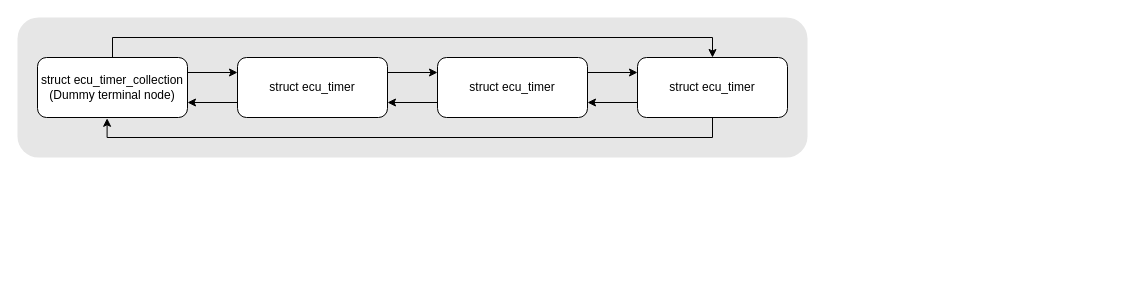
Above: page "Timer-structure" (1 of 2) of doc/images/timer.drawio in ress059/ecu (draw.io), before the change. Source tidied: cells renumbered, new cells numbered last; positions are measured from the earlier drawing's top-left corner, leaving out a move shared by most shapes. Both pictures are drawn from the tidied source at 100%, with x=0, y=0 at pixel (17, 17).
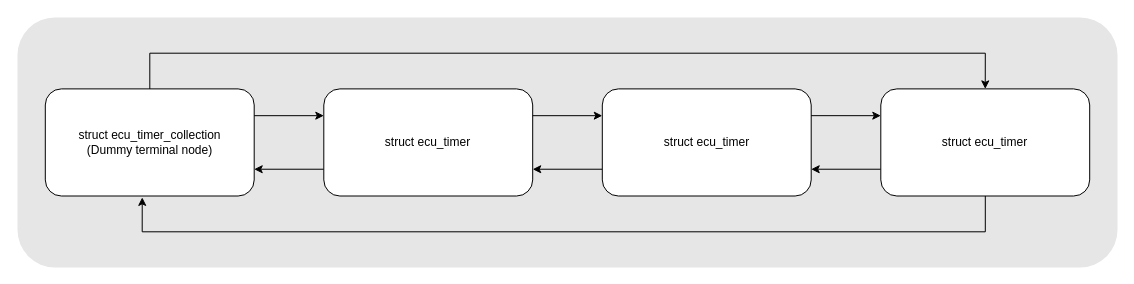
After the change.

Change to the diagram source:
```diff
@@
 <mxGraphModel>
   <root>
     <mxCell id="0" />
     <mxCell id="1" parent="0" />
+    <mxCell id="15" style="group;" parent="1" vertex="1">
+      <mxGeometry width="1100" height="250" as="geometry" />
+    </mxCell>
-    <mxCell id="2" style="rounded=1;whiteSpace=wrap;html=1;dashed=1;fillStyle=solid;fillColor=#E6E6E6;strokeColor=none;" parent="1" vertex="1">
-      <mxGeometry width="790" height="140" as="geometry" />
+    <mxCell id="2" style="rounded=1;whiteSpace=wrap;html=1;dashed=1;fillStyle=solid;fillColor=#E6E6E6;strokeColor=none;" parent="15" vertex="1">
+      <mxGeometry width="1100" height="250" as="geometry" />
     </mxCell>
-    <mxCell id="3" style="edgeStyle=orthogonalEdgeStyle;rounded=0;jettySize=auto;html=1;exitX=1;exitY=0.25;exitDx=0;exitDy=0;entryX=0;entryY=0.25;entryDx=0;entryDy=0;" parent="1" edge="1" source="5" target="8">
-      <mxGeometry relative="1" as="geometry" />
-    </mxCell>
-    <mxCell id="4" style="edgeStyle=orthogonalEdgeStyle;rounded=0;jettySize=auto;html=1;entryX=0.5;entryY=0;entryDx=0;entryDy=0;" parent="1" edge="1" source="5" target="14">
-      <mxGeometry relative="1" as="geometry">
-        <Array as="points">
-          <mxPoint x="95" y="20" />
-          <mxPoint x="695" y="20" />
-        </Array>
-      </mxGeometry>
-    </mxCell>
-    <mxCell id="5" value="struct ecu_timer_collection&lt;br&gt;(Dummy terminal node)" style="rounded=1;whiteSpace=wrap;html=1;" parent="1" vertex="1">
-      <mxGeometry x="20" y="40" width="150" height="60" as="geometry" />
+    <mxCell id="5" value="struct ecu_timer_collection&lt;br&gt;(Dummy terminal node)" style="rounded=1;whiteSpace=wrap;html=1;" parent="15" vertex="1">
+      <mxGeometry x="27.8" y="71.4" width="208.9" height="107.1" as="geometry" />
     </mxCell>
-    <mxCell id="6" style="edgeStyle=orthogonalEdgeStyle;rounded=0;jettySize=auto;html=1;exitX=0;exitY=0.75;exitDx=0;exitDy=0;entryX=1;entryY=0.75;entryDx=0;entryDy=0;" parent="1" edge="1" source="8" target="5">
+    <mxCell id="6" style="edgeStyle=orthogonalEdgeStyle;rounded=0;jettySize=auto;html=1;exitX=0;exitY=0.75;exitDx=0;exitDy=0;entryX=1;entryY=0.75;entryDx=0;entryDy=0;" parent="15" edge="1" source="8" target="5">
       <mxGeometry relative="1" as="geometry" />
     </mxCell>
+    <mxCell id="8" value="struct ecu_timer" style="rounded=1;whiteSpace=wrap;html=1;" parent="15" vertex="1">
+      <mxGeometry x="306.3" y="71.4" width="208.9" height="107.1" as="geometry" />
+    </mxCell>
+    <mxCell id="3" style="edgeStyle=orthogonalEdgeStyle;rounded=0;jettySize=auto;html=1;exitX=1;exitY=0.25;exitDx=0;exitDy=0;entryX=0;entryY=0.25;entryDx=0;entryDy=0;" parent="15" edge="1" source="5" target="8">
+      <mxGeometry relative="1" as="geometry" />
+    </mxCell>
+    <mxCell id="9" style="edgeStyle=orthogonalEdgeStyle;rounded=0;jettySize=auto;html=1;exitX=0;exitY=0.75;exitDx=0;exitDy=0;entryX=1;entryY=0.75;entryDx=0;entryDy=0;" parent="15" edge="1" source="11" target="8">
+      <mxGeometry relative="1" as="geometry" />
+    </mxCell>
+    <mxCell id="11" value="struct ecu_timer" style="rounded=1;whiteSpace=wrap;html=1;" parent="15" vertex="1">
+      <mxGeometry x="584.8" y="71.4" width="208.9" height="107.1" as="geometry" />
+    </mxCell>
-    <mxCell id="7" style="edgeStyle=orthogonalEdgeStyle;rounded=0;jettySize=auto;html=1;exitX=1;exitY=0.25;exitDx=0;exitDy=0;entryX=0;entryY=0.25;entryDx=0;entryDy=0;" parent="1" edge="1" source="8" target="11">
+    <mxCell id="7" style="edgeStyle=orthogonalEdgeStyle;rounded=0;jettySize=auto;html=1;exitX=1;exitY=0.25;exitDx=0;exitDy=0;entryX=0;entryY=0.25;entryDx=0;entryDy=0;" parent="15" edge="1" source="8" target="11">
       <mxGeometry relative="1" as="geometry" />
     </mxCell>
-    <mxCell id="8" value="struct ecu_timer" style="rounded=1;whiteSpace=wrap;html=1;" parent="1" vertex="1">
-      <mxGeometry x="220" y="40" width="150" height="60" as="geometry" />
-    </mxCell>
-    <mxCell id="9" style="edgeStyle=orthogonalEdgeStyle;rounded=0;jettySize=auto;html=1;exitX=0;exitY=0.75;exitDx=0;exitDy=0;entryX=1;entryY=0.75;entryDx=0;entryDy=0;" parent="1" edge="1" source="11" target="8">
-      <mxGeometry relative="1" as="geometry" />
-    </mxCell>
-    <mxCell id="10" style="edgeStyle=orthogonalEdgeStyle;rounded=0;jettySize=auto;html=1;exitX=1;exitY=0.25;exitDx=0;exitDy=0;entryX=0;entryY=0.25;entryDx=0;entryDy=0;" parent="1" edge="1" source="11" target="14">
-      <mxGeometry relative="1" as="geometry" />
-    </mxCell>
-    <mxCell id="11" value="struct ecu_timer" style="rounded=1;whiteSpace=wrap;html=1;" parent="1" vertex="1">
-      <mxGeometry x="420" y="40" width="150" height="60" as="geometry" />
-    </mxCell>
-    <mxCell id="12" style="edgeStyle=orthogonalEdgeStyle;rounded=0;jettySize=auto;html=1;exitX=0;exitY=0.75;exitDx=0;exitDy=0;entryX=1;entryY=0.75;entryDx=0;entryDy=0;" parent="1" edge="1" source="14" target="11">
+    <mxCell id="12" style="edgeStyle=orthogonalEdgeStyle;rounded=0;jettySize=auto;html=1;exitX=0;exitY=0.75;exitDx=0;exitDy=0;entryX=1;entryY=0.75;entryDx=0;entryDy=0;" parent="15" edge="1" source="14" target="11">
       <mxGeometry relative="1" as="geometry" />
     </mxCell>
-    <mxCell id="13" style="edgeStyle=orthogonalEdgeStyle;rounded=0;jettySize=auto;html=1;entryX=0.464;entryY=1.013;entryDx=0;entryDy=0;entryPerimeter=0;" parent="1" edge="1" source="14" target="5">
+    <mxCell id="13" style="edgeStyle=orthogonalEdgeStyle;rounded=0;jettySize=auto;html=1;entryX=0.464;entryY=1.013;entryDx=0;entryDy=0;entryPerimeter=0;" parent="15" edge="1" source="14" target="5">
       <mxGeometry relative="1" as="geometry">
         <Array as="points">
-          <mxPoint x="695" y="120" />
-          <mxPoint x="90" y="120" />
+          <mxPoint x="967.7" y="214.3" />
+          <mxPoint x="125.3" y="214.3" />
         </Array>
       </mxGeometry>
     </mxCell>
-    <mxCell id="14" value="struct ecu_timer" style="rounded=1;whiteSpace=wrap;html=1;" parent="1" vertex="1">
-      <mxGeometry x="620" y="40" width="150" height="60" as="geometry" />
+    <mxCell id="14" value="struct ecu_timer" style="rounded=1;whiteSpace=wrap;html=1;" parent="15" vertex="1">
+      <mxGeometry x="863.3" y="71.4" width="208.9" height="107.1" as="geometry" />
     </mxCell>
+    <mxCell id="4" style="edgeStyle=orthogonalEdgeStyle;rounded=0;jettySize=auto;html=1;entryX=0.5;entryY=0;entryDx=0;entryDy=0;" parent="15" edge="1" source="5" target="14">
+      <mxGeometry relative="1" as="geometry">
+        <Array as="points">
+          <mxPoint x="132.3" y="35.7" />
+          <mxPoint x="967.7" y="35.7" />
+        </Array>
+      </mxGeometry>
+    </mxCell>
+    <mxCell id="10" style="edgeStyle=orthogonalEdgeStyle;rounded=0;jettySize=auto;html=1;exitX=1;exitY=0.25;exitDx=0;exitDy=0;entryX=0;entryY=0.25;entryDx=0;entryDy=0;" parent="15" edge="1" source="11" target="14">
+      <mxGeometry relative="1" as="geometry" />
+    </mxCell>
   </root>
 </mxGraphModel>
```
